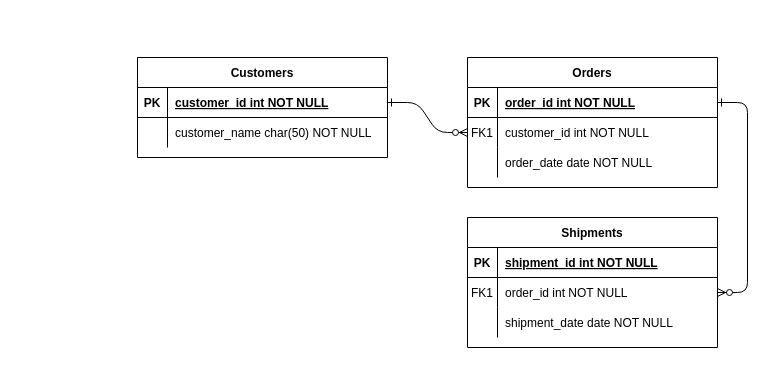
Earlier version of the draw.io diagram Untitled Diagram.drawio (bensolo12/Databases). Source tidied: cells renumbered, new cells numbered last; positions are measured from the earlier drawing's top-left corner, leaving out a move shared by most shapes. Both pictures are drawn from the tidied source at 100%, with x=0, y=0 at pixel (137, 57).
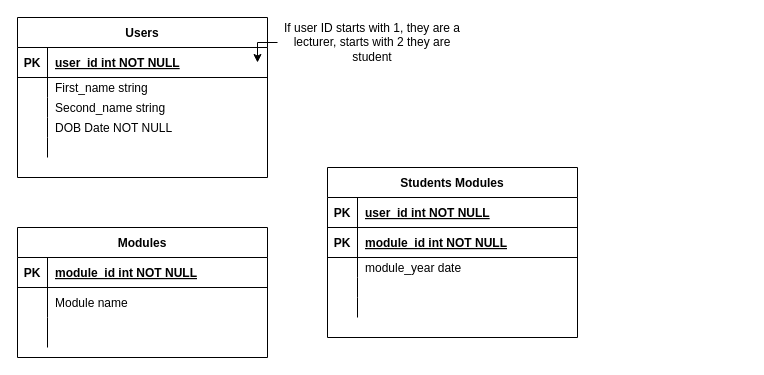
After the change.

Commit message:
Added initial tables to ERD#

The change refers to these unchanged cells:
```xml
<mxCell id="15" style="shape=partialRectangle;fillColor=none;top=0;left=0;right=0;bottom=1;" parent="14" vertex="1">
  <mxGeometry y="30" width="250" height="30" as="geometry" />
</mxCell>
<mxCell id="18" style="shape=partialRectangle;fillColor=none;points=[[0,0.5],[1,0.5]];portConstraint=eastwest;top=0;left=0;right=0;bottom=0;" parent="14" vertex="1">
  <mxGeometry y="60" width="250" height="30" as="geometry" />
</mxCell>
<mxCell id="21" style="shape=partialRectangle;fillColor=none;top=0;left=0;right=0;bottom=0;" parent="14" vertex="1">
  <mxGeometry y="90" width="250" height="30" as="geometry" />
</mxCell>
<mxCell id="25" style="shape=partialRectangle;fillColor=none;points=[[0,0.5],[1,0.5]];portConstraint=eastwest;top=0;left=0;right=0;bottom=1;" parent="24" vertex="1">
  <mxGeometry y="30" width="250" height="30" as="geometry" />
</mxCell>
```

The edit, as a diff of the source:
```diff
@@
-    <mxCell id="2" style="edgeStyle=entityRelationEdgeStyle;endArrow=ERzeroToMany;startArrow=ERone;endFill=1;startFill=0;" parent="1" edge="1" source="25" target="8">
-      <mxGeometry relative="1" as="geometry" />
-    </mxCell>
-    <mxCell id="3" style="edgeStyle=entityRelationEdgeStyle;endArrow=ERzeroToMany;startArrow=ERone;endFill=1;startFill=0;" parent="1" edge="1" source="5" target="18">
-      <mxGeometry relative="1" as="geometry" />
-    </mxCell>
-    <mxCell id="4" value="Orders" style="shape=table;startSize=30;childLayout=tableLayout;rowLines=0;fontStyle=1;align=center;" parent="1" vertex="1">
-      <mxGeometry x="330" width="250" height="130" as="geometry" />
-    </mxCell>
-    <mxCell id="5" style="shape=partialRectangle;fillColor=none;points=[[0,0.5],[1,0.5]];portConstraint=eastwest;top=0;left=0;right=0;bottom=1;" parent="4" vertex="1">
-      <mxGeometry y="30" width="250" height="30" as="geometry" />
-    </mxCell>
-    <mxCell id="6" value="PK" style="shape=partialRectangle;overflow=hidden;fillColor=none;top=0;left=0;bottom=0;right=0;fontStyle=1;" parent="5" vertex="1">
-      <mxGeometry width="30" height="30" as="geometry" />
-    </mxCell>
-    <mxCell id="7" value="order_id int NOT NULL " style="shape=partialRectangle;overflow=hidden;fillColor=none;top=0;left=0;bottom=0;right=0;align=left;spacingLeft=6;fontStyle=5;" parent="5" vertex="1">
-      <mxGeometry x="30" width="220" height="30" as="geometry" />
-    </mxCell>
-    <mxCell id="8" style="shape=partialRectangle;fillColor=none;points=[[0,0.5],[1,0.5]];portConstraint=eastwest;top=0;left=0;right=0;bottom=0;" parent="4" vertex="1">
-      <mxGeometry y="60" width="250" height="30" as="geometry" />
-    </mxCell>
-    <mxCell id="9" value="FK1" style="shape=partialRectangle;overflow=hidden;fillColor=none;top=0;left=0;bottom=0;right=0;" parent="8" vertex="1">
-      <mxGeometry width="30" height="30" as="geometry" />
-    </mxCell>
-    <mxCell id="10" value="customer_id int NOT NULL" style="shape=partialRectangle;overflow=hidden;fillColor=none;top=0;left=0;bottom=0;right=0;align=left;spacingLeft=6;" parent="8" vertex="1">
-      <mxGeometry x="30" width="220" height="30" as="geometry" />
-    </mxCell>
-    <mxCell id="11" style="shape=partialRectangle;fillColor=none;top=0;left=0;right=0;bottom=0;" parent="4" vertex="1">
-      <mxGeometry y="90" width="250" height="30" as="geometry" />
-    </mxCell>
-    <mxCell id="12" style="shape=partialRectangle;overflow=hidden;fillColor=none;top=0;left=0;bottom=0;right=0;" parent="11" vertex="1">
-      <mxGeometry width="30" height="30" as="geometry" />
-    </mxCell>
-    <mxCell id="13" value="order_date date NOT NULL" style="shape=partialRectangle;overflow=hidden;fillColor=none;top=0;left=0;bottom=0;right=0;align=left;spacingLeft=6;" parent="11" vertex="1">
-      <mxGeometry x="30" width="220" height="30" as="geometry" />
-    </mxCell>
-    <mxCell id="14" value="Shipments" style="shape=table;startSize=30;childLayout=tableLayout;rowLines=0;fontStyle=1;align=center;" parent="1" vertex="1">
-      <mxGeometry x="330" y="160" width="250" height="130" as="geometry" />
+    <mxCell id="14" value="Modules" style="shape=table;startSize=30;childLayout=tableLayout;rowLines=0;fontStyle=1;align=center;" parent="1" vertex="1">
+      <mxGeometry x="-120" y="170" width="250" height="130" as="geometry" />
     </mxCell>
@@
-    <mxCell id="17" value="shipment_id int NOT NULL " style="shape=partialRectangle;overflow=hidden;fillColor=none;top=0;left=0;bottom=0;right=0;align=left;spacingLeft=6;fontStyle=5;" parent="15" vertex="1">
+    <mxCell id="17" value="module_id int NOT NULL " style="shape=partialRectangle;overflow=hidden;fillColor=none;top=0;left=0;bottom=0;right=0;align=left;spacingLeft=6;fontStyle=5;" parent="15" vertex="1">
       <mxGeometry x="30" width="220" height="30" as="geometry" />
     </mxCell>
@@
-    <mxCell id="19" value="FK1" style="shape=partialRectangle;overflow=hidden;fillColor=none;top=0;left=0;bottom=0;right=0;" parent="18" vertex="1">
+    <mxCell id="19" style="shape=partialRectangle;overflow=hidden;fillColor=none;top=0;left=0;bottom=0;right=0;" parent="18" vertex="1">
       <mxGeometry width="30" height="30" as="geometry" />
     </mxCell>
-    <mxCell id="20" value="order_id int NOT NULL" style="shape=partialRectangle;overflow=hidden;fillColor=none;top=0;left=0;bottom=0;right=0;align=left;spacingLeft=6;" parent="18" vertex="1">
+    <mxCell id="20" value="Module name" style="shape=partialRectangle;overflow=hidden;fillColor=none;top=0;left=0;bottom=0;right=0;align=left;spacingLeft=6;" parent="18" vertex="1">
       <mxGeometry x="30" width="220" height="30" as="geometry" />
     </mxCell>
@@
-    <mxCell id="23" value="shipment_date date NOT NULL" style="shape=partialRectangle;overflow=hidden;fillColor=none;top=0;left=0;bottom=0;right=0;align=left;spacingLeft=6;" parent="21" vertex="1">
+    <mxCell id="23" style="shape=partialRectangle;overflow=hidden;fillColor=none;top=0;left=0;bottom=0;right=0;align=left;spacingLeft=6;" parent="21" vertex="1">
       <mxGeometry x="30" width="220" height="30" as="geometry" />
     </mxCell>
-    <mxCell id="24" value="Customers" style="shape=table;startSize=30;childLayout=tableLayout;rowLines=0;fontStyle=1;align=center;" parent="1" vertex="1">
-      <mxGeometry width="250" height="100" as="geometry" />
+    <mxCell id="24" value="Users" style="shape=table;startSize=30;childLayout=tableLayout;rowLines=0;fontStyle=1;align=center;" parent="1" vertex="1">
+      <mxGeometry x="-120" y="-40" width="250" height="160" as="geometry" />
     </mxCell>
@@
-    <mxCell id="27" value="customer_id int NOT NULL " style="shape=partialRectangle;overflow=hidden;fillColor=none;top=0;left=0;bottom=0;right=0;align=left;spacingLeft=6;fontStyle=5;" parent="25" vertex="1">
+    <mxCell id="27" value="user_id int NOT NULL " style="shape=partialRectangle;overflow=hidden;fillColor=none;top=0;left=0;bottom=0;right=0;align=left;spacingLeft=6;fontStyle=5;" parent="25" vertex="1">
       <mxGeometry x="30" width="220" height="30" as="geometry" />
     </mxCell>
     <mxCell id="28" style="shape=partialRectangle;fillColor=none;top=0;left=0;right=0;bottom=0;" parent="24" vertex="1">
-      <mxGeometry y="60" width="250" height="30" as="geometry" />
+      <mxGeometry y="60" width="250" height="20" as="geometry" />
     </mxCell>
     <mxCell id="29" style="shape=partialRectangle;overflow=hidden;fillColor=none;top=0;left=0;bottom=0;right=0;" parent="28" vertex="1">
-      <mxGeometry width="30" height="30" as="geometry" />
+      <mxGeometry width="30" height="20" as="geometry" />
     </mxCell>
-    <mxCell id="30" value="customer_name char(50) NOT NULL" style="shape=partialRectangle;overflow=hidden;fillColor=none;top=0;left=0;bottom=0;right=0;align=left;spacingLeft=6;" parent="28" vertex="1">
-      <mxGeometry x="30" width="220" height="30" as="geometry" />
+    <mxCell id="30" value="First_name string" style="shape=partialRectangle;overflow=hidden;fillColor=none;top=0;left=0;bottom=0;right=0;align=left;spacingLeft=6;" parent="28" vertex="1">
+      <mxGeometry x="30" width="220" height="20" as="geometry" />
     </mxCell>
+    <mxCell id="31" style="shape=partialRectangle;fillColor=none;top=0;left=0;right=0;bottom=0;" parent="24" vertex="1">
+      <mxGeometry y="80" width="250" height="20" as="geometry" />
+    </mxCell>
+    <mxCell id="32" style="shape=partialRectangle;overflow=hidden;fillColor=none;top=0;left=0;bottom=0;right=0;" parent="31" vertex="1">
+      <mxGeometry width="30" height="20" as="geometry" />
+    </mxCell>
+    <mxCell id="33" value="Second_name string" style="shape=partialRectangle;overflow=hidden;fillColor=none;top=0;left=0;bottom=0;right=0;align=left;spacingLeft=6;" parent="31" vertex="1">
+      <mxGeometry x="30" width="220" height="20" as="geometry" />
+    </mxCell>
+    <mxCell id="34" style="shape=partialRectangle;fillColor=none;top=0;left=0;right=0;bottom=0;" parent="24" vertex="1">
+      <mxGeometry y="100" width="250" height="20" as="geometry" />
+    </mxCell>
+    <mxCell id="35" style="shape=partialRectangle;overflow=hidden;fillColor=none;top=0;left=0;bottom=0;right=0;" parent="34" vertex="1">
+      <mxGeometry width="30" height="20" as="geometry" />
+    </mxCell>
+    <mxCell id="36" value="DOB Date NOT NULL" style="shape=partialRectangle;overflow=hidden;fillColor=none;top=0;left=0;bottom=0;right=0;align=left;spacingLeft=6;" parent="34" vertex="1">
+      <mxGeometry x="30" width="220" height="20" as="geometry" />
+    </mxCell>
+    <mxCell id="37" style="shape=partialRectangle;fillColor=none;top=0;left=0;right=0;bottom=0;" parent="24" vertex="1">
+      <mxGeometry y="120" width="250" height="20" as="geometry" />
+    </mxCell>
+    <mxCell id="38" style="shape=partialRectangle;overflow=hidden;fillColor=none;top=0;left=0;bottom=0;right=0;" parent="37" vertex="1">
+      <mxGeometry width="30" height="20" as="geometry" />
+    </mxCell>
+    <mxCell id="39" style="shape=partialRectangle;overflow=hidden;fillColor=none;top=0;left=0;bottom=0;right=0;align=left;spacingLeft=6;" parent="37" vertex="1">
+      <mxGeometry x="30" width="220" height="20" as="geometry" />
+    </mxCell>
+    <mxCell id="40" value="Students Modules" style="shape=table;startSize=30;childLayout=tableLayout;rowLines=0;fontStyle=1;align=center;" parent="1" vertex="1">
+      <mxGeometry x="190" y="110" width="250" height="170" as="geometry" />
+    </mxCell>
+    <mxCell id="5" style="shape=partialRectangle;fillColor=none;points=[[0,0.5],[1,0.5]];portConstraint=eastwest;top=0;left=0;right=0;bottom=1;" parent="40" vertex="1">
+      <mxGeometry y="30" width="250" height="30" as="geometry" />
+    </mxCell>
+    <mxCell id="41" value="PK" style="shape=partialRectangle;overflow=hidden;fillColor=none;top=0;left=0;bottom=0;right=0;fontStyle=1;" parent="5" vertex="1">
+      <mxGeometry width="30" height="30" as="geometry" />
+    </mxCell>
+    <mxCell id="42" value="user_id int NOT NULL " style="shape=partialRectangle;overflow=hidden;fillColor=none;top=0;left=0;bottom=0;right=0;align=left;spacingLeft=6;fontStyle=5;" parent="5" vertex="1">
+      <mxGeometry x="30" width="220" height="30" as="geometry" />
+    </mxCell>
+    <mxCell id="43" style="shape=partialRectangle;fillColor=none;top=0;left=0;right=0;bottom=1;" parent="40" vertex="1">
+      <mxGeometry y="60" width="250" height="30" as="geometry" />
+    </mxCell>
+    <mxCell id="44" value="PK" style="shape=partialRectangle;overflow=hidden;fillColor=none;top=0;left=0;bottom=0;right=0;fontStyle=1;" parent="43" vertex="1">
+      <mxGeometry width="30" height="30" as="geometry" />
+    </mxCell>
+    <mxCell id="45" value="module_id int NOT NULL" style="shape=partialRectangle;overflow=hidden;fillColor=none;top=0;left=0;bottom=0;right=0;align=left;spacingLeft=6;fontStyle=5;" parent="43" vertex="1">
+      <mxGeometry x="30" width="220" height="30" as="geometry" />
+    </mxCell>
+    <mxCell id="46" style="shape=partialRectangle;fillColor=none;top=0;left=0;right=0;bottom=0;" parent="40" vertex="1">
+      <mxGeometry y="90" width="250" height="20" as="geometry" />
+    </mxCell>
+    <mxCell id="47" style="shape=partialRectangle;overflow=hidden;fillColor=none;top=0;left=0;bottom=0;right=0;" parent="46" vertex="1">
+      <mxGeometry width="30" height="20" as="geometry" />
+    </mxCell>
+    <mxCell id="48" value="module_year date" style="shape=partialRectangle;overflow=hidden;fillColor=none;top=0;left=0;bottom=0;right=0;align=left;spacingLeft=6;" parent="46" vertex="1">
+      <mxGeometry x="30" width="220" height="20" as="geometry" />
+    </mxCell>
+    <mxCell id="49" style="shape=partialRectangle;fillColor=none;top=0;left=0;right=0;bottom=0;" parent="40" vertex="1">
+      <mxGeometry y="110" width="250" height="20" as="geometry" />
+    </mxCell>
+    <mxCell id="50" style="shape=partialRectangle;overflow=hidden;fillColor=none;top=0;left=0;bottom=0;right=0;" parent="49" vertex="1">
+      <mxGeometry width="30" height="20" as="geometry" />
+    </mxCell>
+    <mxCell id="51" style="shape=partialRectangle;overflow=hidden;fillColor=none;top=0;left=0;bottom=0;right=0;align=left;spacingLeft=6;" parent="49" vertex="1">
+      <mxGeometry x="30" width="220" height="20" as="geometry" />
+    </mxCell>
+    <mxCell id="52" style="shape=partialRectangle;fillColor=none;top=0;left=0;right=0;bottom=0;" parent="40" vertex="1">
+      <mxGeometry y="130" width="250" height="20" as="geometry" />
+    </mxCell>
+    <mxCell id="53" style="shape=partialRectangle;overflow=hidden;fillColor=none;top=0;left=0;bottom=0;right=0;" parent="52" vertex="1">
+      <mxGeometry width="30" height="20" as="geometry" />
+    </mxCell>
+    <mxCell id="54" style="shape=partialRectangle;overflow=hidden;fillColor=none;top=0;left=0;bottom=0;right=0;align=left;spacingLeft=6;" parent="52" vertex="1">
+      <mxGeometry x="30" width="220" height="20" as="geometry" />
+    </mxCell>
+    <mxCell id="55" style="edgeStyle=orthogonalEdgeStyle;rounded=0;jettySize=auto;html=1;" parent="1" edge="1" source="56" target="25">
+      <mxGeometry relative="1" as="geometry" />
+    </mxCell>
+    <mxCell id="56" value="If user ID starts with 1, they are a lecturer, starts with 2 they are student" style="text;html=1;align=center;verticalAlign=middle;whiteSpace=wrap;rounded=0;" parent="1" vertex="1">
+      <mxGeometry x="140" y="-20" width="190" height="10" as="geometry" />
+    </mxCell>
```
